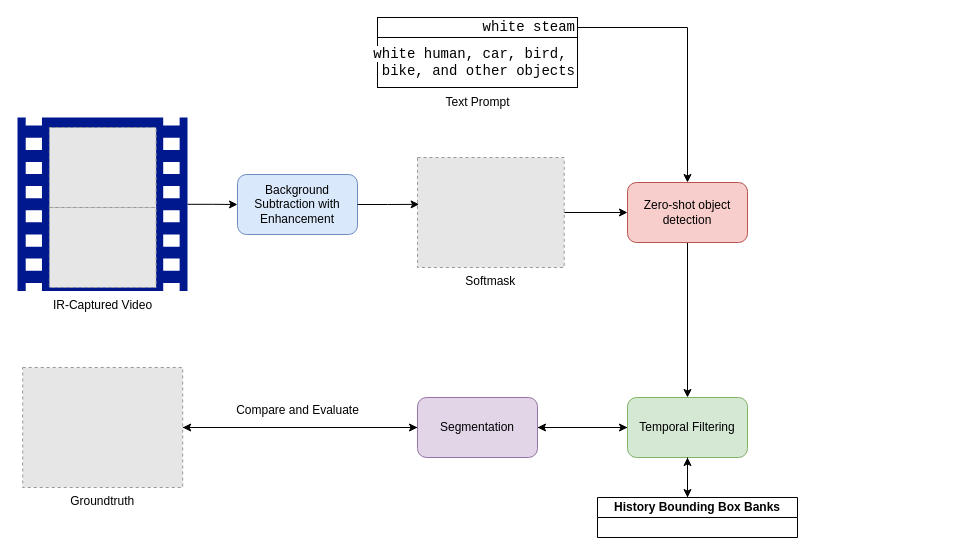
Before: Untitled Diagram.drawio in weathon/grounding_mog, a draw.io diagram. Source tidied: cells renumbered, new cells numbered last; positions are measured from the earlier drawing's top-left corner, leaving out a move shared by most shapes. Both pictures are drawn from the tidied source at 100%, with x=0, y=0 at pixel (17, 17). Pictures stored in the file or linked from it are replaced by grey dashed boxes.
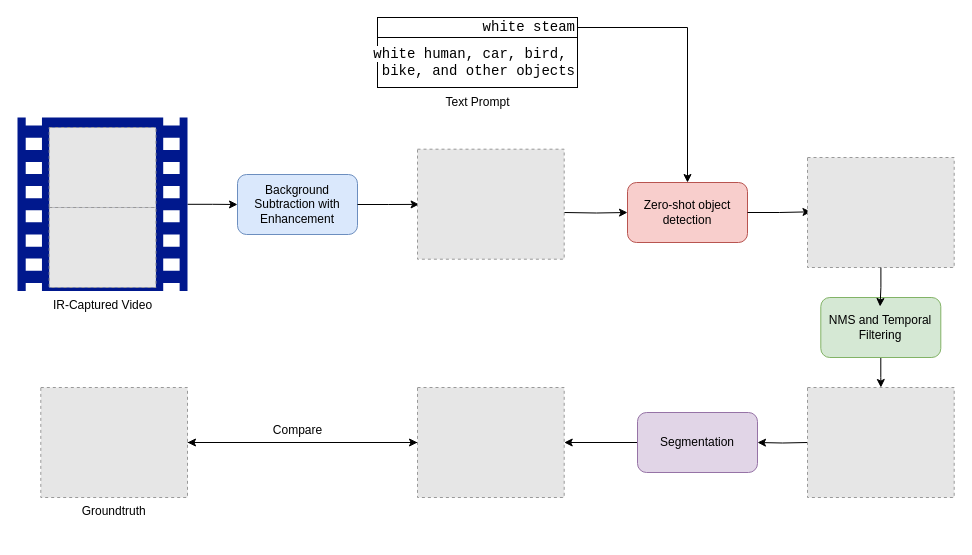
Above is the later version.

The change refers to these unchanged cells:
```xml
<mxCell id="6" value="Background Subtraction with Enhancement" style="rounded=1;whiteSpace=wrap;html=1;fillColor=#dae8fc;strokeColor=#6c8ebf;" parent="1" vertex="1">
  <mxGeometry x="220" y="157" width="120" height="60" as="geometry" />
</mxCell>
<mxCell id="12" value="Zero-shot object detection" style="rounded=1;whiteSpace=wrap;html=1;fillColor=#f8cecc;strokeColor=#b85450;" parent="1" vertex="1">
  <mxGeometry x="610" y="165" width="120" height="60" as="geometry" />
</mxCell>
```

The edit, as a diff of the source:
```diff
@@
-    <mxCell id="4" style="fillColor=#E6E6E6;strokeColor=#999999;dashed=1;verticalLabelPosition=bottom;labelBackgroundColor=default;verticalAlign=top;" parent="1" vertex="1">
-      <mxGeometry x="31.9" y="110" width="106.7" height="80" as="geometry" />
-    </mxCell>
-    <mxCell id="5" style="fillColor=#E6E6E6;strokeColor=#999999;dashed=1;verticalLabelPosition=bottom;labelBackgroundColor=default;verticalAlign=top;" parent="1" vertex="1">
-      <mxGeometry x="31.9" y="190" width="106.7" height="80" as="geometry" />
-    </mxCell>
@@
-    <mxCell id="7" style="edgeStyle=orthogonalEdgeStyle;rounded=0;jettySize=auto;html=1;" parent="1" edge="1" source="8" target="12">
-      <mxGeometry relative="1" as="geometry" />
+    <mxCell id="7" style="edgeStyle=orthogonalEdgeStyle;rounded=0;jettySize=auto;html=1;" parent="1" edge="1" target="12">
+      <mxGeometry relative="1" as="geometry">
+        <mxPoint x="546.7" y="195" as="sourcePoint" />
+      </mxGeometry>
     </mxCell>
-    <mxCell id="8" value="Softmask" style="fillColor=#E6E6E6;strokeColor=#999999;dashed=1;verticalLabelPosition=bottom;labelBackgroundColor=default;verticalAlign=top;" parent="1" vertex="1">
-      <mxGeometry x="400" y="140" width="146.7" height="110" as="geometry" />
-    </mxCell>
-    <mxCell id="9" style="edgeStyle=orthogonalEdgeStyle;rounded=0;jettySize=auto;html=1;entryX=0.011;entryY=0.426;entryDx=0;entryDy=0;entryPerimeter=0;" parent="1" edge="1" source="6" target="8">
-      <mxGeometry relative="1" as="geometry" />
+    <mxCell id="9" style="edgeStyle=orthogonalEdgeStyle;rounded=0;jettySize=auto;html=1;entryX=0.011;entryY=0.426;entryDx=0;entryDy=0;entryPerimeter=0;" parent="1" edge="1" source="6">
+      <mxGeometry relative="1" as="geometry">
+        <mxPoint x="401.6" y="186.9" as="targetPoint" />
+      </mxGeometry>
     </mxCell>
@@
-    <mxCell id="11" style="edgeStyle=orthogonalEdgeStyle;rounded=0;jettySize=auto;html=1;entryX=0.5;entryY=0;entryDx=0;entryDy=0;" parent="1" edge="1" source="12" target="18">
-      <mxGeometry relative="1" as="geometry" />
-    </mxCell>
@@
-    <mxCell id="17" style="edgeStyle=orthogonalEdgeStyle;rounded=0;jettySize=auto;html=1;" parent="1" edge="1" source="18" target="26">
-      <mxGeometry relative="1" as="geometry" />
-    </mxCell>
+    <mxCell id="28" style="edgeStyle=orthogonalEdgeStyle;rounded=0;jettySize=auto;html=1;" parent="1" edge="1" source="18">
+      <mxGeometry relative="1" as="geometry">
+        <mxPoint x="863.4" y="370" as="targetPoint" />
+      </mxGeometry>
+    </mxCell>
-    <mxCell id="18" value="Temporal Filtering" style="rounded=1;whiteSpace=wrap;html=1;fillColor=#d5e8d4;strokeColor=#82b366;" parent="1" vertex="1">
-      <mxGeometry x="610" y="380" width="120" height="60" as="geometry" />
+    <mxCell id="18" value="NMS and Temporal Filtering" style="rounded=1;whiteSpace=wrap;html=1;fillColor=#d5e8d4;strokeColor=#82b366;" parent="1" vertex="1">
+      <mxGeometry x="803.3" y="280" width="120" height="60" as="geometry" />
     </mxCell>
-    <mxCell id="19" style="edgeStyle=orthogonalEdgeStyle;rounded=0;jettySize=auto;html=1;entryX=0.5;entryY=1;entryDx=0;entryDy=0;" parent="1" edge="1" source="20" target="18">
-      <mxGeometry relative="1" as="geometry">
-        <Array as="points">
-          <mxPoint x="670" y="470" />
-          <mxPoint x="670" y="470" />
-        </Array>
-      </mxGeometry>
-    </mxCell>
-    <mxCell id="20" value="History Bounding Box Banks" style="swimlane;whiteSpace=wrap;html=1;startSize=20;" parent="1" vertex="1">
-      <mxGeometry x="580" y="480" width="200" height="40" as="geometry" />
-    </mxCell>
-    <mxCell id="21" style="edgeStyle=orthogonalEdgeStyle;rounded=0;jettySize=auto;html=1;entryX=0;entryY=0.5;entryDx=0;entryDy=0;" parent="1" edge="1" source="22" target="26">
-      <mxGeometry relative="1" as="geometry" />
-    </mxCell>
+    <mxCell id="29" style="edgeStyle=orthogonalEdgeStyle;rounded=0;jettySize=auto;html=1;" parent="1" edge="1" source="26" target="38">
+      <mxGeometry relative="1" as="geometry" />
+    </mxCell>
+    <mxCell id="26" value="Segmentation" style="rounded=1;whiteSpace=wrap;html=1;fillColor=#e1d5e7;strokeColor=#9673a6;" parent="1" vertex="1">
+      <mxGeometry x="620" y="395" width="120" height="60" as="geometry" />
+    </mxCell>
+    <mxCell id="30" style="fillColor=#E6E6E6;strokeColor=#999999;dashed=1;verticalLabelPosition=bottom;labelBackgroundColor=default;verticalAlign=top;" parent="1" vertex="1">
+      <mxGeometry x="31.7" y="110" width="106.7" height="80" as="geometry" />
+    </mxCell>
+    <mxCell id="31" style="fillColor=#E6E6E6;strokeColor=#999999;dashed=1;verticalLabelPosition=bottom;labelBackgroundColor=default;verticalAlign=top;" parent="1" vertex="1">
+      <mxGeometry x="31.7" y="190" width="106.7" height="80" as="geometry" />
+    </mxCell>
+    <mxCell id="32" style="edgeStyle=orthogonalEdgeStyle;rounded=0;jettySize=auto;html=1;entryX=0.022;entryY=0.444;entryDx=0;entryDy=0;entryPerimeter=0;" parent="1" edge="1" source="12">
+      <mxGeometry relative="1" as="geometry">
+        <mxPoint x="793.5" y="194.3" as="targetPoint" />
+      </mxGeometry>
+    </mxCell>
+    <mxCell id="33" style="fillColor=#E6E6E6;strokeColor=#999999;dashed=1;verticalLabelPosition=bottom;labelBackgroundColor=default;verticalAlign=top;" parent="1" vertex="1">
+      <mxGeometry x="400" y="131.7" width="146.7" height="110" as="geometry" />
+    </mxCell>
+    <mxCell id="34" style="fillColor=#E6E6E6;strokeColor=#999999;dashed=1;verticalLabelPosition=bottom;labelBackgroundColor=default;verticalAlign=top;" parent="1" vertex="1">
+      <mxGeometry x="790" y="140" width="146.7" height="110" as="geometry" />
+    </mxCell>
+    <mxCell id="35" style="edgeStyle=orthogonalEdgeStyle;rounded=0;jettySize=auto;html=1;entryX=0.494;entryY=0.15;entryDx=0;entryDy=0;entryPerimeter=0;" parent="1" edge="1" source="34" target="18">
+      <mxGeometry relative="1" as="geometry" />
+    </mxCell>
+    <mxCell id="36" style="edgeStyle=orthogonalEdgeStyle;rounded=0;jettySize=auto;html=1;" parent="1" edge="1" target="26">
+      <mxGeometry relative="1" as="geometry">
+        <mxPoint x="790" y="425" as="sourcePoint" />
+      </mxGeometry>
+    </mxCell>
+    <mxCell id="37" style="edgeStyle=orthogonalEdgeStyle;rounded=0;jettySize=auto;html=1;entryX=1;entryY=0.5;entryDx=0;entryDy=0;" parent="1" edge="1" source="38" target="22">
+      <mxGeometry relative="1" as="geometry" />
+    </mxCell>
+    <mxCell id="38" style="fillColor=#E6E6E6;strokeColor=#999999;dashed=1;verticalLabelPosition=bottom;labelBackgroundColor=default;verticalAlign=top;" parent="1" vertex="1">
+      <mxGeometry x="400" y="370" width="146.7" height="110" as="geometry" />
+    </mxCell>
+    <mxCell id="39" style="edgeStyle=orthogonalEdgeStyle;rounded=0;jettySize=auto;html=1;entryX=0;entryY=0.5;entryDx=0;entryDy=0;" parent="1" edge="1" source="22" target="38">
+      <mxGeometry relative="1" as="geometry" />
+    </mxCell>
     <mxCell id="22" value="Groundtruth" style="fillColor=#E6E6E6;strokeColor=#999999;dashed=1;verticalLabelPosition=bottom;labelBackgroundColor=default;verticalAlign=top;" parent="1" vertex="1">
-      <mxGeometry x="5.2" y="350" width="160" height="120" as="geometry" />
+      <mxGeometry x="23.3" y="370" width="146.7" height="110" as="geometry" />
     </mxCell>
-    <mxCell id="23" style="edgeStyle=orthogonalEdgeStyle;rounded=0;jettySize=auto;html=1;entryX=0.45;entryY=0.002;entryDx=0;entryDy=0;entryPerimeter=0;" parent="1" edge="1" source="18" target="20">
-      <mxGeometry relative="1" as="geometry" />
-    </mxCell>
-    <mxCell id="24" style="edgeStyle=orthogonalEdgeStyle;rounded=0;jettySize=auto;html=1;" parent="1" edge="1" source="26" target="18">
-      <mxGeometry relative="1" as="geometry" />
-    </mxCell>
-    <mxCell id="25" style="edgeStyle=orthogonalEdgeStyle;rounded=0;jettySize=auto;html=1;entryX=1;entryY=0.5;entryDx=0;entryDy=0;" parent="1" edge="1" source="26" target="22">
-      <mxGeometry relative="1" as="geometry" />
-    </mxCell>
-    <mxCell id="26" value="Segmentation" style="rounded=1;whiteSpace=wrap;html=1;fillColor=#e1d5e7;strokeColor=#9673a6;" parent="1" vertex="1">
-      <mxGeometry x="400" y="380" width="120" height="60" as="geometry" />
-    </mxCell>
-    <mxCell id="27" value="Compare and Evaluate" style="text;html=1;align=center;verticalAlign=middle;strokeColor=none;fillColor=none;" parent="1" vertex="1">
-      <mxGeometry x="205" y="378" width="150" height="30" as="geometry" />
-    </mxCell>
+    <mxCell id="40" value="Compare" style="text;html=1;align=center;verticalAlign=middle;strokeColor=none;fillColor=none;" parent="1" vertex="1">
+      <mxGeometry x="245" y="398" width="70" height="30" as="geometry" />
+    </mxCell>
+    <mxCell id="41" style="fillColor=#E6E6E6;strokeColor=#999999;dashed=1;verticalLabelPosition=bottom;labelBackgroundColor=default;verticalAlign=top;" parent="1" vertex="1">
+      <mxGeometry x="790" y="370" width="146.7" height="110" as="geometry" />
+    </mxCell>
```
